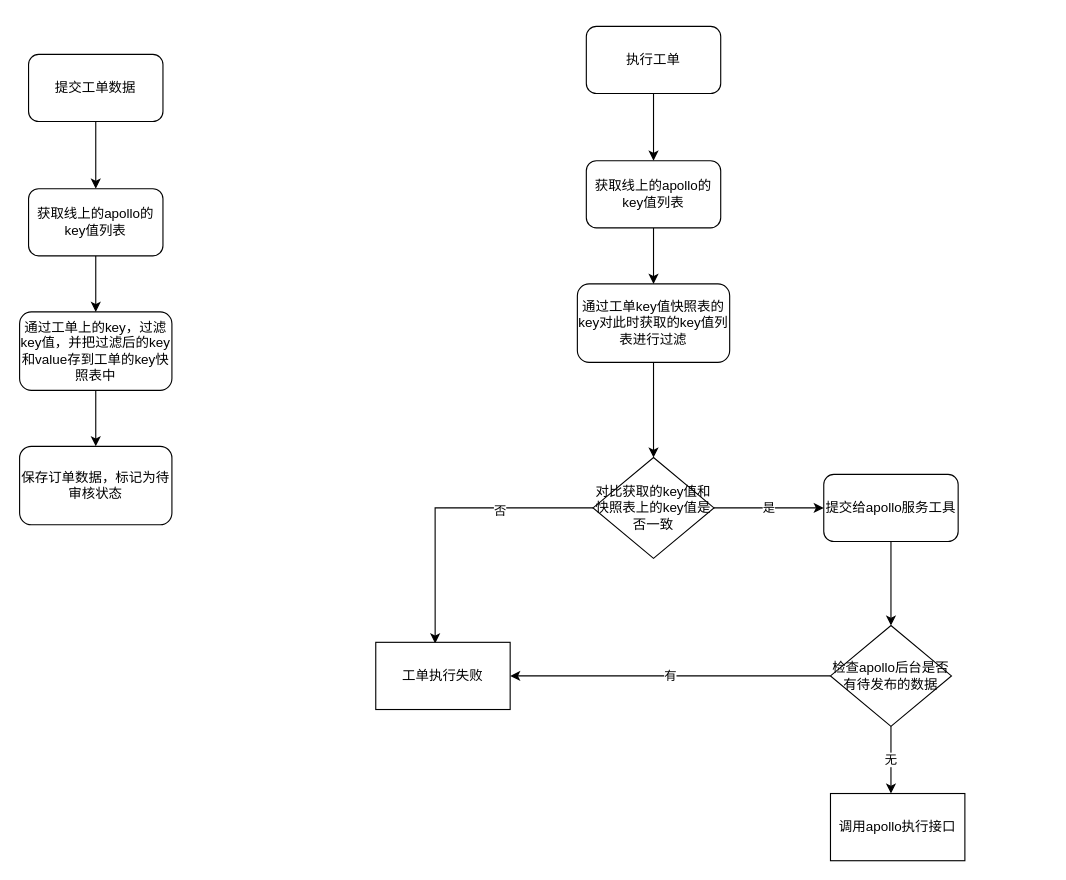
Before: page "第 3 页" (3 of 3) of apollo配置工单.drawio in mashifei/uml, a draw.io diagram. Source tidied: cells renumbered, new cells numbered last; positions are measured from the earlier drawing's top-left corner, leaving out a move shared by most shapes. Both pictures are drawn from the tidied source at 112%, with x=0, y=0 at pixel (19, 26).
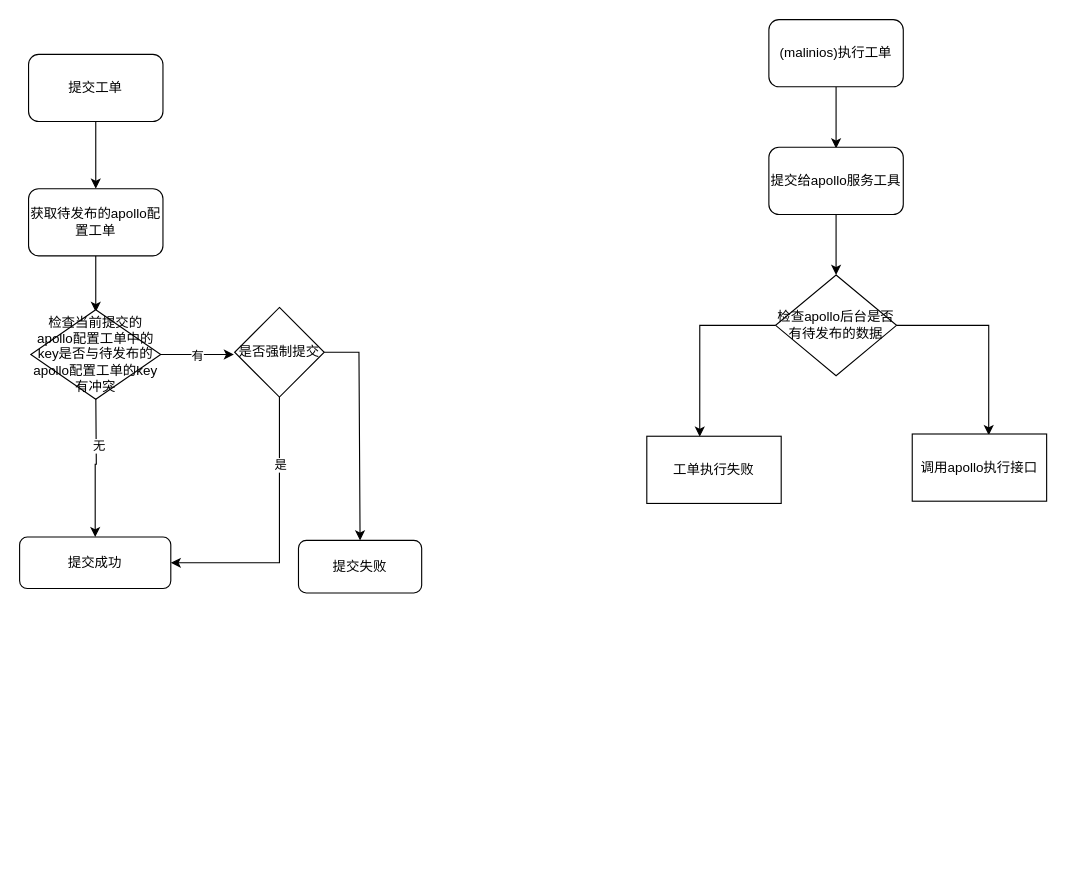
The same page after the edit.

Change to the diagram source:
```diff
@@
-    <mxCell id="3" value="提交工单数据" style="rounded=1;whiteSpace=wrap;html=1;" parent="1" vertex="1">
+    <mxCell id="3" value="提交工单" style="rounded=1;whiteSpace=wrap;html=1;" parent="1" vertex="1">
       <mxGeometry x="8" y="25" width="120" height="60" as="geometry" />
     </mxCell>
-    <mxCell id="4" style="edgeStyle=orthogonalEdgeStyle;rounded=0;jettySize=auto;html=1;entryX=0.5;entryY=0;entryDx=0;entryDy=0;" parent="1" edge="1" source="5" target="7">
-      <mxGeometry relative="1" as="geometry" />
+    <mxCell id="4" style="edgeStyle=orthogonalEdgeStyle;rounded=0;jettySize=auto;html=1;entryX=0.5;entryY=0;entryDx=0;entryDy=0;" parent="1" edge="1" source="5">
+      <mxGeometry relative="1" as="geometry">
+        <mxPoint x="68" y="255" as="targetPoint" />
+      </mxGeometry>
     </mxCell>
-    <mxCell id="5" value="获取线上的apollo的key值列表" style="rounded=1;whiteSpace=wrap;html=1;" parent="1" vertex="1">
+    <mxCell id="5" value="获取待发布的apollo配置工单" style="rounded=1;whiteSpace=wrap;html=1;" parent="1" vertex="1">
       <mxGeometry x="8" y="145" width="120" height="60" as="geometry" />
     </mxCell>
-    <mxCell id="6" style="edgeStyle=orthogonalEdgeStyle;rounded=0;jettySize=auto;html=1;entryX=0.5;entryY=0;entryDx=0;entryDy=0;" parent="1" edge="1" source="7" target="8">
-      <mxGeometry relative="1" as="geometry" />
+    <mxCell id="6" style="edgeStyle=orthogonalEdgeStyle;rounded=0;jettySize=auto;html=1;entryX=0.5;entryY=0;entryDx=0;entryDy=0;" parent="1" edge="1" target="8">
+      <mxGeometry relative="1" as="geometry">
+        <mxPoint x="68" y="325" as="sourcePoint" />
+      </mxGeometry>
     </mxCell>
-    <mxCell id="7" value="通过工单上的key，过滤key值，并把过滤后的key和value存到工单的key快照表中" style="rounded=1;whiteSpace=wrap;html=1;" parent="1" vertex="1">
-      <mxGeometry y="255" width="136" height="70" as="geometry" />
-    </mxCell>
+    <mxCell id="20" value="无" style="edgeLabel;html=1;align=center;verticalAlign=middle;" parent="6" vertex="1">
+      <mxGeometry x="-0.24" y="2" relative="1" as="geometry" />
+    </mxCell>
-    <mxCell id="8" value="保存订单数据，标记为待审核状态" style="rounded=1;whiteSpace=wrap;html=1;" parent="1" vertex="1">
-      <mxGeometry y="375" width="136" height="70" as="geometry" />
+    <mxCell id="8" value="提交成功" style="rounded=1;whiteSpace=wrap;html=1;" parent="1" vertex="1">
+      <mxGeometry y="456" width="135" height="46" as="geometry" />
     </mxCell>
-    <mxCell id="9" style="edgeStyle=orthogonalEdgeStyle;rounded=0;jettySize=auto;html=1;entryX=0.5;entryY=0;entryDx=0;entryDy=0;" parent="1" edge="1" source="10" target="12">
-      <mxGeometry relative="1" as="geometry" />
+    <mxCell id="9" style="edgeStyle=orthogonalEdgeStyle;rounded=0;jettySize=auto;html=1;entryX=0.5;entryY=0;entryDx=0;entryDy=0;" parent="1" edge="1" source="10">
+      <mxGeometry relative="1" as="geometry">
+        <mxPoint x="729" y="109" as="targetPoint" />
+      </mxGeometry>
     </mxCell>
-    <mxCell id="10" value="执行工单" style="rounded=1;whiteSpace=wrap;html=1;" parent="1" vertex="1">
-      <mxGeometry x="506" width="120" height="60" as="geometry" />
+    <mxCell id="10" value="(malinios)执行工单" style="rounded=1;whiteSpace=wrap;html=1;" parent="1" vertex="1">
+      <mxGeometry x="669" y="-6" width="120" height="60" as="geometry" />
     </mxCell>
-    <mxCell id="11" style="edgeStyle=orthogonalEdgeStyle;rounded=0;jettySize=auto;html=1;entryX=0.5;entryY=0;entryDx=0;entryDy=0;" parent="1" edge="1" source="12" target="14">
-      <mxGeometry relative="1" as="geometry" />
-    </mxCell>
-    <mxCell id="12" value="获取线上的apollo的key值列表" style="rounded=1;whiteSpace=wrap;html=1;" parent="1" vertex="1">
-      <mxGeometry x="506" y="120" width="120" height="60" as="geometry" />
-    </mxCell>
-    <mxCell id="13" style="edgeStyle=orthogonalEdgeStyle;rounded=0;jettySize=auto;html=1;entryX=0.5;entryY=0;entryDx=0;entryDy=0;" parent="1" edge="1" source="14" target="18">
-      <mxGeometry relative="1" as="geometry" />
-    </mxCell>
-    <mxCell id="14" value="通过工单key值快照表的key对此时获取的key值列表进行过滤" style="rounded=1;whiteSpace=wrap;html=1;" parent="1" vertex="1">
-      <mxGeometry x="498" y="230" width="136" height="70" as="geometry" />
-    </mxCell>
-    <mxCell id="15" value="是" style="edgeStyle=orthogonalEdgeStyle;rounded=0;jettySize=auto;html=1;entryX=0;entryY=0.5;entryDx=0;entryDy=0;" parent="1" edge="1" source="18" target="25">
-      <mxGeometry relative="1" as="geometry" />
-    </mxCell>
-    <mxCell id="16" style="edgeStyle=orthogonalEdgeStyle;rounded=0;jettySize=auto;html=1;entryX=0.442;entryY=0.017;entryDx=0;entryDy=0;entryPerimeter=0;" parent="1" edge="1" source="18" target="22">
-      <mxGeometry relative="1" as="geometry" />
-    </mxCell>
-    <mxCell id="17" value="否" style="edgeLabel;html=1;align=center;verticalAlign=middle;" parent="16" vertex="1">
-      <mxGeometry x="-0.36" y="2" relative="1" as="geometry" />
-    </mxCell>
-    <mxCell id="18" value="&lt;span&gt;对比获取的key值和快照表上的key值是否一致&lt;/span&gt;" style="rhombus;whiteSpace=wrap;html=1;" parent="1" vertex="1">
-      <mxGeometry x="512" y="385" width="108" height="90" as="geometry" />
-    </mxCell>
-    <mxCell id="19" value="有" style="edgeStyle=orthogonalEdgeStyle;rounded=0;jettySize=auto;html=1;entryX=1;entryY=0.5;entryDx=0;entryDy=0;" parent="1" edge="1" source="21" target="22">
-      <mxGeometry relative="1" as="geometry" />
-    </mxCell>
-    <mxCell id="20" value="无" style="edgeStyle=orthogonalEdgeStyle;rounded=0;jettySize=auto;html=1;entryX=0.45;entryY=0;entryDx=0;entryDy=0;entryPerimeter=0;" parent="1" edge="1" source="21" target="23">
-      <mxGeometry relative="1" as="geometry">
-        <Array as="points">
-          <mxPoint x="778" y="645" />
-          <mxPoint x="778" y="645" />
-        </Array>
-      </mxGeometry>
-    </mxCell>
+    <mxCell id="26" style="edgeStyle=orthogonalEdgeStyle;rounded=0;jettySize=auto;html=1;entryX=0.394;entryY=0.006;entryDx=0;entryDy=0;entryPerimeter=0;" parent="1" edge="1" source="21" target="22">
+      <mxGeometry relative="1" as="geometry">
+        <Array as="points">
+          <mxPoint x="607" y="267" />
+        </Array>
+      </mxGeometry>
+    </mxCell>
+    <mxCell id="27" style="edgeStyle=orthogonalEdgeStyle;rounded=0;jettySize=auto;html=1;entryX=0.569;entryY=0.017;entryDx=0;entryDy=0;entryPerimeter=0;" parent="1" edge="1" source="21" target="23">
+      <mxGeometry relative="1" as="geometry" />
+    </mxCell>
     <mxCell id="21" value="&lt;span&gt;检查apollo后台是否有待发布的数据&lt;/span&gt;" style="rhombus;whiteSpace=wrap;html=1;" parent="1" vertex="1">
-      <mxGeometry x="724" y="535" width="108" height="90" as="geometry" />
+      <mxGeometry x="675" y="222" width="108" height="90" as="geometry" />
     </mxCell>
     <mxCell id="22" value="工单执行失败" style="rounded=0;whiteSpace=wrap;html=1;" parent="1" vertex="1">
-      <mxGeometry x="318" y="550" width="120" height="60" as="geometry" />
+      <mxGeometry x="560" y="366" width="120" height="60" as="geometry" />
     </mxCell>
     <mxCell id="23" value="调用apollo执行接口" style="rounded=0;whiteSpace=wrap;html=1;" parent="1" vertex="1">
-      <mxGeometry x="724" y="685" width="120" height="60" as="geometry" />
+      <mxGeometry x="797" y="364" width="120" height="60" as="geometry" />
     </mxCell>
@@
     <mxCell id="25" value="提交给apollo服务工具" style="rounded=1;whiteSpace=wrap;html=1;" parent="1" vertex="1">
-      <mxGeometry x="718" y="400" width="120" height="60" as="geometry" />
+      <mxGeometry x="669" y="108" width="120" height="60" as="geometry" />
     </mxCell>
+    <mxCell id="19" value="有" style="edgeStyle=orthogonalEdgeStyle;rounded=0;jettySize=auto;html=1;" parent="1" edge="1" source="28">
+      <mxGeometry relative="1" as="geometry">
+        <mxPoint x="191.3" y="293" as="targetPoint" />
+      </mxGeometry>
+    </mxCell>
+    <mxCell id="28" value="检查当前提交的apollo配置工单中的key是否与待发布的apollo配置工单的key有冲突" style="rhombus;whiteSpace=wrap;html=1;" parent="1" vertex="1">
+      <mxGeometry x="10" y="253" width="116" height="80" as="geometry" />
+    </mxCell>
+    <mxCell id="29" style="edgeStyle=orthogonalEdgeStyle;rounded=0;jettySize=auto;html=1;entryX=1;entryY=0.5;entryDx=0;entryDy=0;" parent="1" edge="1" source="31" target="8">
+      <mxGeometry relative="1" as="geometry">
+        <Array as="points">
+          <mxPoint x="232" y="479" />
+        </Array>
+      </mxGeometry>
+    </mxCell>
+    <mxCell id="15" value="是" style="edgeLabel;html=1;align=center;verticalAlign=middle;" parent="29" vertex="1">
+      <mxGeometry x="-0.51" relative="1" as="geometry" />
+    </mxCell>
+    <mxCell id="30" style="edgeStyle=orthogonalEdgeStyle;rounded=0;jettySize=auto;html=1;entryX=0.5;entryY=0;entryDx=0;entryDy=0;" parent="1" edge="1" source="31" target="32">
+      <mxGeometry relative="1" as="geometry">
+        <Array as="points">
+          <mxPoint x="303" y="291" />
+        </Array>
+      </mxGeometry>
+    </mxCell>
+    <mxCell id="31" value="是否强制提交" style="rhombus;whiteSpace=wrap;html=1;" parent="1" vertex="1">
+      <mxGeometry x="192" y="251" width="80" height="80" as="geometry" />
+    </mxCell>
+    <mxCell id="32" value="提交失败" style="rounded=1;whiteSpace=wrap;html=1;" parent="1" vertex="1">
+      <mxGeometry x="249" y="459" width="110" height="47" as="geometry" />
+    </mxCell>
```
